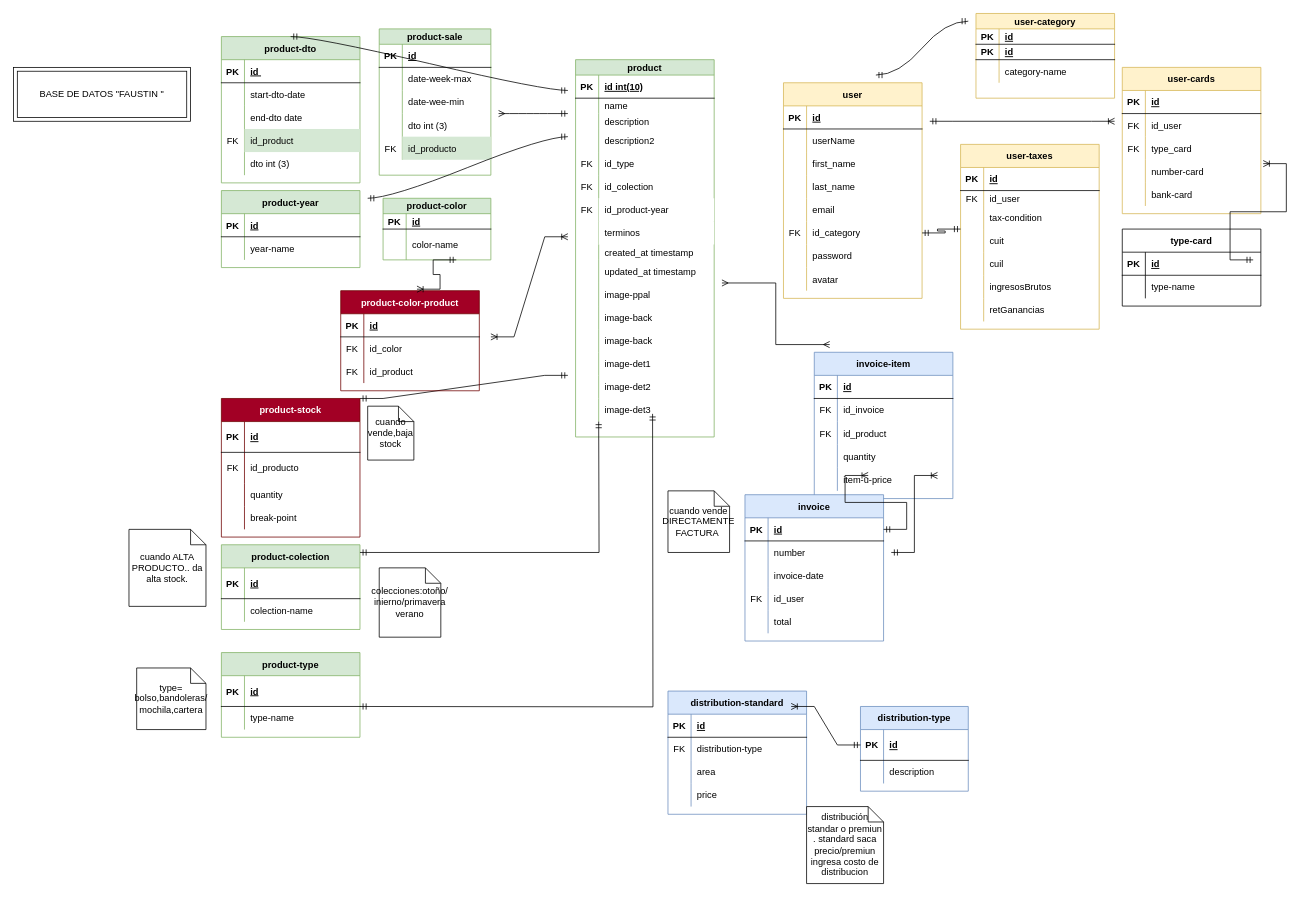
The draw.io diagram page "Page-1" (1 of 2) of esquemaDB-fasutin-REDUCIDO.drawio in genelem/faustin-SPRINT6, before the edit. Source tidied: cells renumbered, new cells numbered last; positions are measured from the earlier drawing's top-left corner, leaving out a move shared by most shapes. Both pictures are drawn from the tidied source at 77%, with x=0, y=0 at pixel (13, 13).
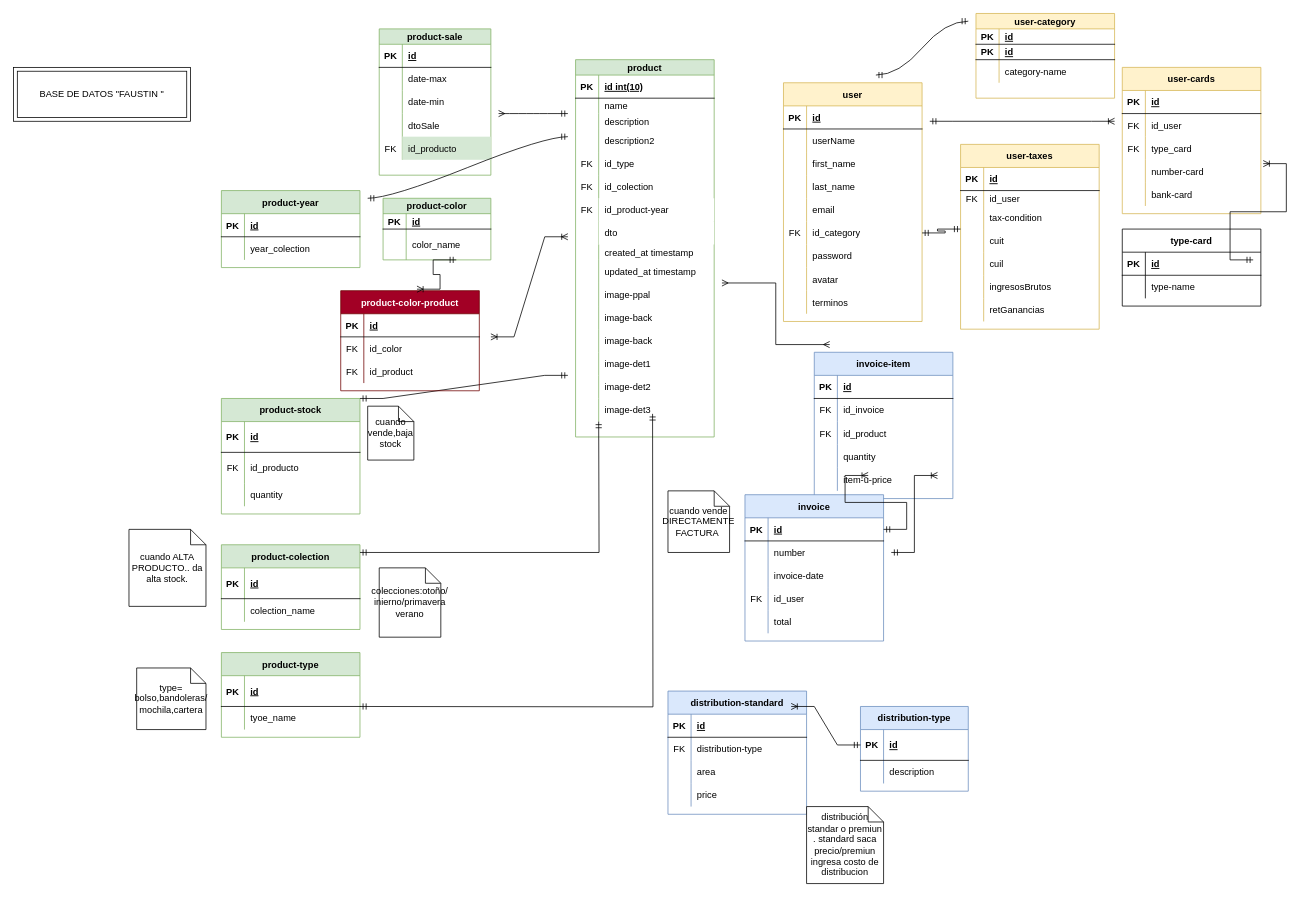
The same page after the edit.

Unchanged cells that the change refers to:
```xml
<mxCell id="24" style="shape=tableRow;horizontal=0;startSize=0;swimlaneHead=0;swimlaneBody=0;fillColor=none;top=0;left=0;right=0;bottom=0;" parent="2" vertex="1">
  <mxGeometry y="210" width="180" height="30" as="geometry" />
</mxCell>
<mxCell id="71" style="shape=tableRow;horizontal=0;startSize=0;swimlaneHead=0;swimlaneBody=0;fillColor=none;top=0;left=0;right=0;bottom=0;" parent="67" vertex="1">
  <mxGeometry y="50" width="145" height="30" as="geometry" />
</mxCell>
<mxCell id="74" style="shape=tableRow;horizontal=0;startSize=0;swimlaneHead=0;swimlaneBody=0;fillColor=none;top=0;left=0;right=0;bottom=0;" parent="67" vertex="1">
  <mxGeometry y="80" width="145" height="30" as="geometry" />
</mxCell>
<mxCell id="77" style="shape=tableRow;horizontal=0;startSize=0;swimlaneHead=0;swimlaneBody=0;fillColor=none;top=0;left=0;right=0;bottom=0;" parent="67" vertex="1">
  <mxGeometry y="110" width="145" height="30" as="geometry" />
</mxCell>
<mxCell id="87" style="shape=tableRow;horizontal=0;startSize=0;swimlaneHead=0;swimlaneBody=0;fillColor=none;top=0;left=0;right=0;bottom=0;" parent="83" vertex="1">
  <mxGeometry y="60" width="180" height="30" as="geometry" />
</mxCell>
<mxCell id="94" style="shape=tableRow;horizontal=0;startSize=0;swimlaneHead=0;swimlaneBody=0;fillColor=none;points=[[0,0.5],[1,0.5]];portConstraint=eastwest;top=0;left=0;right=0;bottom=0;" parent="90" vertex="1">
  <mxGeometry y="40" width="140" height="40" as="geometry" />
</mxCell>
<mxCell id="114" style="shape=tableRow;horizontal=0;startSize=0;swimlaneHead=0;swimlaneBody=0;fillColor=none;top=0;left=0;right=0;bottom=0;" parent="110" vertex="1">
  <mxGeometry y="70" width="180" height="30" as="geometry" />
</mxCell>
<mxCell id="121" style="shape=tableRow;horizontal=0;startSize=0;swimlaneHead=0;swimlaneBody=0;fillColor=none;top=0;left=0;right=0;bottom=0;" parent="117" vertex="1">
  <mxGeometry y="70" width="180" height="30" as="geometry" />
</mxCell>
```

The edit, as a diff of the source:
```diff
@@
-    <mxCell id="25" style="shape=partialRectangle;fillColor=none;top=0;left=0;bottom=0;right=0;overflow=hidden;" parent="24" vertex="1">
-      <mxGeometry width="30" height="30" as="geometry" />
-    </mxCell>
-    <mxCell id="26" value="terminos" style="shape=partialRectangle;top=0;left=0;bottom=0;right=0;align=left;spacingLeft=6;overflow=hidden;" parent="24" vertex="1">
-      <mxGeometry x="30" width="150" height="30" as="geometry" />
-    </mxCell>
+    <mxCell id="289" style="shape=partialRectangle;fillColor=none;top=0;left=0;bottom=0;right=0;overflow=hidden;" parent="24" vertex="1">
+      <mxGeometry width="30" height="30" as="geometry" />
+    </mxCell>
+    <mxCell id="290" value="dto" style="shape=partialRectangle;top=0;left=0;bottom=0;right=0;align=left;spacingLeft=6;overflow=hidden;" parent="24" vertex="1">
+      <mxGeometry x="30" width="150" height="30" as="geometry" />
+    </mxCell>
@@
-    <mxCell id="51" value="product-dto" style="shape=table;startSize=30;childLayout=tableLayout;rowLines=0;fontStyle=1;align=center;fillColor=#d5e8d4;strokeColor=#82b366;" parent="1" vertex="1">
-      <mxGeometry x="270" y="30" width="180" height="190" as="geometry" />
-    </mxCell>
-    <mxCell id="52" style="shape=tableRow;horizontal=0;startSize=0;swimlaneHead=0;swimlaneBody=0;fillColor=none;top=0;left=0;right=0;bottom=1;" parent="51" vertex="1">
-      <mxGeometry y="30" width="180" height="30" as="geometry" />
-    </mxCell>
-    <mxCell id="53" value="PK" style="shape=partialRectangle;fillColor=none;top=0;left=0;bottom=0;right=0;fontStyle=1;overflow=hidden;" parent="52" vertex="1">
-      <mxGeometry width="30" height="30" as="geometry" />
-    </mxCell>
-    <mxCell id="54" value="id " style="shape=partialRectangle;fillColor=none;top=0;left=0;bottom=0;right=0;align=left;spacingLeft=6;fontStyle=5;overflow=hidden;" parent="52" vertex="1">
-      <mxGeometry x="30" width="150" height="30" as="geometry" />
-    </mxCell>
-    <mxCell id="55" style="shape=tableRow;horizontal=0;startSize=0;swimlaneHead=0;swimlaneBody=0;fillColor=none;top=0;left=0;right=0;bottom=0;" parent="51" vertex="1">
-      <mxGeometry y="60" width="180" height="30" as="geometry" />
-    </mxCell>
-    <mxCell id="56" style="shape=partialRectangle;fillColor=none;top=0;left=0;bottom=0;right=0;overflow=hidden;" parent="55" vertex="1">
-      <mxGeometry width="30" height="30" as="geometry" />
-    </mxCell>
-    <mxCell id="57" value="start-dto-date" style="shape=partialRectangle;fillColor=none;top=0;left=0;bottom=0;right=0;align=left;spacingLeft=6;overflow=hidden;" parent="55" vertex="1">
-      <mxGeometry x="30" width="150" height="30" as="geometry" />
-    </mxCell>
-    <mxCell id="58" style="shape=tableRow;horizontal=0;startSize=0;swimlaneHead=0;swimlaneBody=0;fillColor=none;top=0;left=0;right=0;bottom=0;" parent="51" vertex="1">
-      <mxGeometry y="90" width="180" height="30" as="geometry" />
-    </mxCell>
-    <mxCell id="59" style="shape=partialRectangle;fillColor=none;top=0;left=0;bottom=0;right=0;overflow=hidden;" parent="58" vertex="1">
-      <mxGeometry width="30" height="30" as="geometry" />
-    </mxCell>
-    <mxCell id="60" value="end-dto date" style="shape=partialRectangle;fillColor=none;top=0;left=0;bottom=0;right=0;align=left;spacingLeft=6;overflow=hidden;" parent="58" vertex="1">
-      <mxGeometry x="30" width="150" height="30" as="geometry" />
-    </mxCell>
-    <mxCell id="61" style="shape=tableRow;horizontal=0;startSize=0;swimlaneHead=0;swimlaneBody=0;fillColor=none;top=0;left=0;right=0;bottom=0;" parent="51" vertex="1">
-      <mxGeometry y="120" width="180" height="30" as="geometry" />
-    </mxCell>
-    <mxCell id="62" value="FK" style="shape=partialRectangle;fillColor=none;top=0;left=0;bottom=0;right=0;overflow=hidden;" parent="61" vertex="1">
-      <mxGeometry width="30" height="30" as="geometry" />
-    </mxCell>
-    <mxCell id="63" value="id_product" style="shape=partialRectangle;fillColor=#d5e8d4;top=0;left=0;bottom=0;right=0;align=left;spacingLeft=6;overflow=hidden;strokeColor=#82b366;" parent="61" vertex="1">
-      <mxGeometry x="30" width="150" height="30" as="geometry" />
-    </mxCell>
-    <mxCell id="64" style="shape=tableRow;horizontal=0;startSize=0;swimlaneHead=0;swimlaneBody=0;fillColor=none;top=0;left=0;right=0;bottom=0;" parent="51" vertex="1">
-      <mxGeometry y="150" width="180" height="30" as="geometry" />
-    </mxCell>
-    <mxCell id="65" style="shape=partialRectangle;fillColor=none;top=0;left=0;bottom=0;right=0;overflow=hidden;" parent="64" vertex="1">
-      <mxGeometry width="30" height="30" as="geometry" />
-    </mxCell>
-    <mxCell id="66" value="dto int (3)" style="shape=partialRectangle;fillColor=none;top=0;left=0;bottom=0;right=0;align=left;spacingLeft=6;overflow=hidden;" parent="64" vertex="1">
-      <mxGeometry x="30" width="150" height="30" as="geometry" />
-    </mxCell>
@@
-    <mxCell id="73" value="date-week-max" style="shape=partialRectangle;fillColor=none;top=0;left=0;bottom=0;right=0;align=left;spacingLeft=6;overflow=hidden;" parent="71" vertex="1">
+    <mxCell id="73" value="date-max" style="shape=partialRectangle;fillColor=none;top=0;left=0;bottom=0;right=0;align=left;spacingLeft=6;overflow=hidden;" parent="71" vertex="1">
       <mxGeometry x="30" width="115" height="30" as="geometry" />
     </mxCell>
@@
-    <mxCell id="76" value="date-wee-min" style="shape=partialRectangle;fillColor=none;top=0;left=0;bottom=0;right=0;align=left;spacingLeft=6;overflow=hidden;" parent="74" vertex="1">
+    <mxCell id="76" value="date-min" style="shape=partialRectangle;fillColor=none;top=0;left=0;bottom=0;right=0;align=left;spacingLeft=6;overflow=hidden;" parent="74" vertex="1">
       <mxGeometry x="30" width="115" height="30" as="geometry" />
     </mxCell>
@@
-    <mxCell id="79" value="dto int (3)" style="shape=partialRectangle;fillColor=none;top=0;left=0;bottom=0;right=0;align=left;spacingLeft=6;overflow=hidden;" parent="77" vertex="1">
+    <mxCell id="79" value="dtoSale" style="shape=partialRectangle;fillColor=none;top=0;left=0;bottom=0;right=0;align=left;spacingLeft=6;overflow=hidden;" parent="77" vertex="1">
       <mxGeometry x="30" width="115" height="30" as="geometry" />
     </mxCell>
@@
-    <mxCell id="89" value="year-name" style="shape=partialRectangle;fillColor=none;top=0;left=0;bottom=0;right=0;align=left;spacingLeft=6;overflow=hidden;" parent="87" vertex="1">
+    <mxCell id="89" value="year_colection" style="shape=partialRectangle;fillColor=none;top=0;left=0;bottom=0;right=0;align=left;spacingLeft=6;overflow=hidden;" parent="87" vertex="1">
       <mxGeometry x="30" width="150" height="30" as="geometry" />
     </mxCell>
@@
-    <mxCell id="96" value="color-name" style="shape=partialRectangle;fillColor=none;top=0;left=0;bottom=0;right=0;align=left;spacingLeft=6;overflow=hidden;" parent="94" vertex="1">
+    <mxCell id="96" value="color_name" style="shape=partialRectangle;fillColor=none;top=0;left=0;bottom=0;right=0;align=left;spacingLeft=6;overflow=hidden;" parent="94" vertex="1">
       <mxGeometry x="30" width="110" height="40" as="geometry" />
     </mxCell>
-    <mxCell id="97" value="product-stock" style="shape=table;startSize=30;childLayout=tableLayout;rowLines=0;fontStyle=1;align=center;fillColor=#a20025;fontColor=#ffffff;strokeColor=#6F0000;" parent="1" vertex="1">
-      <mxGeometry x="270" y="500" width="180" height="180" as="geometry" />
+    <mxCell id="97" value="product-stock" style="shape=table;startSize=30;childLayout=tableLayout;rowLines=0;fontStyle=1;align=center;fillColor=#d5e8d4;strokeColor=#82b366;" parent="1" vertex="1">
+      <mxGeometry x="270" y="500" width="180" height="150" as="geometry" />
     </mxCell>
@@
-    <mxCell id="107" style="shape=tableRow;horizontal=0;startSize=0;swimlaneHead=0;swimlaneBody=0;fillColor=none;top=0;left=0;right=0;bottom=0;" parent="97" vertex="1">
-      <mxGeometry y="140" width="180" height="30" as="geometry" />
-    </mxCell>
-    <mxCell id="108" style="shape=partialRectangle;fillColor=none;top=0;left=0;bottom=0;right=0;overflow=hidden;" parent="107" vertex="1">
-      <mxGeometry width="30" height="30" as="geometry" />
-    </mxCell>
-    <mxCell id="109" value="break-point" style="shape=partialRectangle;fillColor=none;top=0;left=0;bottom=0;right=0;align=left;spacingLeft=6;overflow=hidden;" parent="107" vertex="1">
-      <mxGeometry x="30" width="150" height="30" as="geometry" />
-    </mxCell>
@@
-    <mxCell id="116" value="colection-name" style="shape=partialRectangle;fillColor=none;top=0;left=0;bottom=0;right=0;align=left;spacingLeft=6;overflow=hidden;" parent="114" vertex="1">
+    <mxCell id="116" value="colection_name" style="shape=partialRectangle;fillColor=none;top=0;left=0;bottom=0;right=0;align=left;spacingLeft=6;overflow=hidden;" parent="114" vertex="1">
       <mxGeometry x="30" width="150" height="30" as="geometry" />
     </mxCell>
@@
-    <mxCell id="123" value="type-name" style="shape=partialRectangle;fillColor=none;top=0;left=0;bottom=0;right=0;align=left;spacingLeft=6;overflow=hidden;" parent="121" vertex="1">
+    <mxCell id="123" value="tyoe_name" style="shape=partialRectangle;fillColor=none;top=0;left=0;bottom=0;right=0;align=left;spacingLeft=6;overflow=hidden;" parent="121" vertex="1">
       <mxGeometry x="30" width="150" height="30" as="geometry" />
     </mxCell>
-    <mxCell id="124" style="edgeStyle=entityRelationEdgeStyle;fontSize=12;html=1;endArrow=ERmandOne;startArrow=ERmandOne;rounded=0;curved=1;exitX=0.5;exitY=0;exitDx=0;exitDy=0;endFill=0;" parent="1" edge="1" source="51">
-      <mxGeometry relative="1" as="geometry">
-        <mxPoint x="720" y="100" as="targetPoint" />
-      </mxGeometry>
-    </mxCell>
     <mxCell id="125" value="user" style="shape=table;startSize=30;childLayout=tableLayout;rowLines=0;fontStyle=1;align=center;fillColor=#fff2cc;strokeColor=#d6b656;" parent="1" vertex="1">
-      <mxGeometry x="1000" y="90" width="180" height="280" as="geometry" />
+      <mxGeometry x="1000" y="90" width="180" height="310" as="geometry" />
     </mxCell>
@@
+    <mxCell id="291" style="shape=tableRow;horizontal=0;startSize=0;swimlaneHead=0;swimlaneBody=0;fillColor=none;top=0;left=0;right=0;bottom=0;" parent="125" vertex="1">
+      <mxGeometry y="270" width="180" height="30" as="geometry" />
+    </mxCell>
+    <mxCell id="292" style="shape=partialRectangle;fillColor=none;top=0;left=0;bottom=0;right=0;overflow=hidden;" parent="291" vertex="1">
+      <mxGeometry width="30" height="30" as="geometry" />
+    </mxCell>
+    <mxCell id="26" value="terminos" style="shape=partialRectangle;fillColor=none;top=0;left=0;bottom=0;right=0;align=left;spacingLeft=6;overflow=hidden;" parent="291" vertex="1">
+      <mxGeometry x="30" width="150" height="30" as="geometry" />
+    </mxCell>
@@
-    <mxCell id="153" style="edgeStyle=orthogonalEdgeStyle;fontSize=12;html=1;endArrow=ERmandOne;startArrow=ERmandOne;rounded=0;endFill=0;" parent="1" edge="1">
+    <mxCell id="153" style="edgeStyle=orthogonalEdgeStyle;fontSize=12;html=1;endArrow=ERmandOne;startArrow=ERmandOne;rounded=0;endFill=0;startFill=0;" parent="1" edge="1">
       <mxGeometry relative="1" as="geometry">
         <mxPoint x="450" y="900" as="sourcePoint" />
         <mxPoint x="830" y="520" as="targetPoint" />
       </mxGeometry>
     </mxCell>
```
